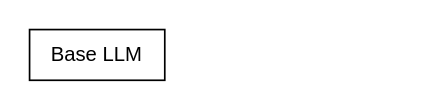
Above: deeprac.drawio in xhd0728/oss-github-picgo-repository (draw.io), before the change. Source tidied: cells renumbered, new cells numbered last; positions are measured from the earlier drawing's top-left corner, leaving out a move shared by most shapes. Both pictures are drawn from the tidied source at 169%, with x=0, y=0 at pixel (29, 29).
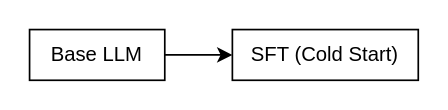
The same diagram, later.

What changed in the source:
```diff
@@
 <mxGraphModel>
   <root>
     <mxCell id="0" />
     <mxCell id="1" parent="0" />
+    <mxCell id="3" style="edgeStyle=orthogonalEdgeStyle;rounded=0;jettySize=auto;html=1;exitX=1;exitY=0.5;exitDx=0;exitDy=0;entryX=0;entryY=0.5;entryDx=0;entryDy=0;" parent="1" edge="1" source="2" target="4">
+      <mxGeometry relative="1" as="geometry" />
+    </mxCell>
     <mxCell id="2" value="Base LLM" style="rounded=0;whiteSpace=wrap;html=1;" parent="1" vertex="1">
       <mxGeometry width="80" height="30" as="geometry" />
     </mxCell>
+    <mxCell id="4" value="SFT (&lt;span style=&quot;background-color: transparent; color: light-dark(rgb(0, 0, 0), rgb(255, 255, 255));&quot;&gt;Cold Start)&lt;/span&gt;" style="whiteSpace=wrap;html=1;" parent="1" vertex="1">
+      <mxGeometry x="120" width="110" height="30" as="geometry" />
+    </mxCell>
   </root>
 </mxGraphModel>
```
